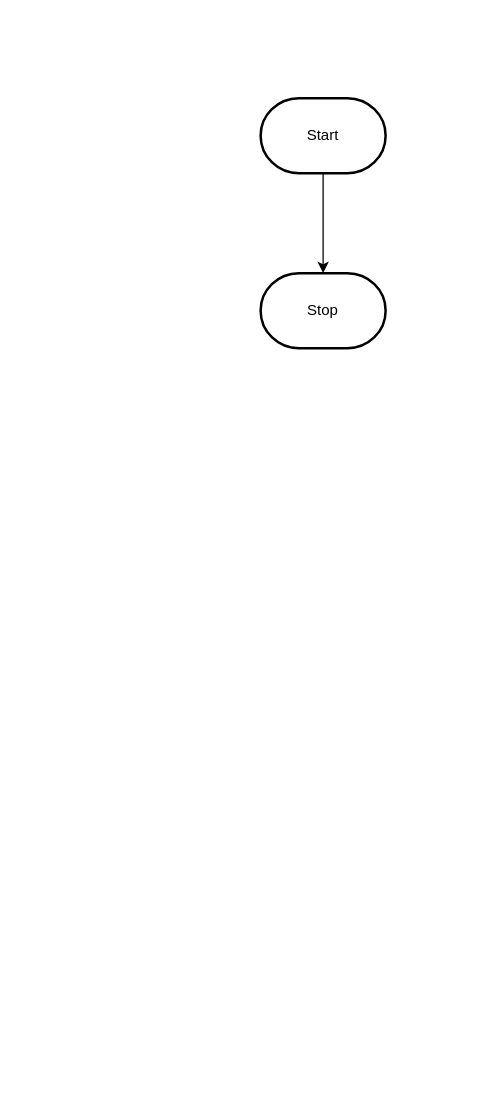
Before: design/flowchart.drawio in MTHS-ICD2O-1-2023/ICD2O-Unit-5-02-fetuha-gebremekeal, a draw.io diagram. Source tidied: cells renumbered, new cells numbered last; positions are measured from the earlier drawing's top-left corner, leaving out a move shared by most shapes. Both pictures are drawn from the tidied source at 125%, with x=0, y=0 at pixel (260, 98).
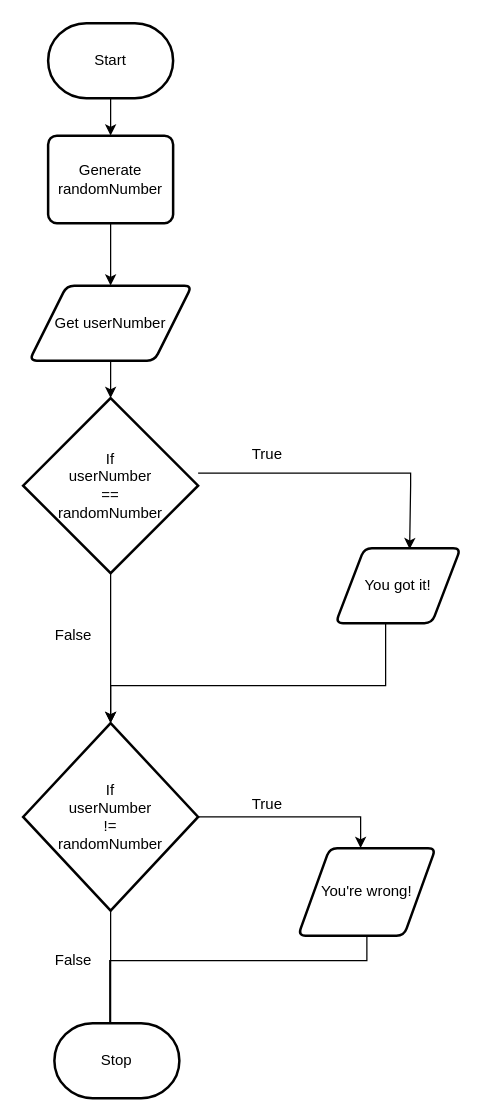
The same diagram, later.

Change to the diagram source:
```diff
@@
-    <mxCell id="2" style="edgeStyle=orthogonalEdgeStyle;html=1;rounded=0;" parent="1" edge="1" source="3" target="4">
-      <mxGeometry relative="1" as="geometry" />
-    </mxCell>
+    <mxCell id="5" style="edgeStyle=none;html=1;entryX=0.5;entryY=0;entryDx=0;entryDy=0;" parent="1" edge="1" source="3" target="7">
+      <mxGeometry relative="1" as="geometry" />
+    </mxCell>
     <mxCell id="3" value="Start" style="strokeWidth=2;html=1;shape=mxgraph.flowchart.terminator;whiteSpace=wrap;" parent="1" vertex="1">
-      <mxGeometry width="100" height="60" as="geometry" />
+      <mxGeometry x="-170" y="-60" width="100" height="60" as="geometry" />
     </mxCell>
+    <mxCell id="6" style="edgeStyle=none;html=1;" parent="1" edge="1" source="7" target="9">
+      <mxGeometry relative="1" as="geometry" />
+    </mxCell>
+    <mxCell id="7" value="Generate&lt;br&gt;randomNumber" style="rounded=1;whiteSpace=wrap;html=1;absoluteArcSize=1;arcSize=14;strokeWidth=2;" parent="1" vertex="1">
+      <mxGeometry x="-170" y="30" width="100" height="70" as="geometry" />
+    </mxCell>
+    <mxCell id="8" style="edgeStyle=none;html=1;entryX=0.5;entryY=0;entryDx=0;entryDy=0;entryPerimeter=0;" parent="1" edge="1" source="9" target="12">
+      <mxGeometry relative="1" as="geometry" />
+    </mxCell>
+    <mxCell id="9" value="Get userNumber" style="shape=parallelogram;html=1;strokeWidth=2;perimeter=parallelogramPerimeter;whiteSpace=wrap;rounded=1;arcSize=12;size=0.23;" parent="1" vertex="1">
+      <mxGeometry x="-185" y="150" width="130" height="60" as="geometry" />
+    </mxCell>
+    <mxCell id="10" style="edgeStyle=orthogonalEdgeStyle;shape=connector;rounded=1;html=1;entryX=0.5;entryY=0;entryDx=0;entryDy=0;entryPerimeter=0;labelBackgroundColor=default;strokeColor=default;fontFamily=Helvetica;fontSize=12;fontColor=default;endArrow=classic;" parent="1" edge="1" source="12" target="18">
+      <mxGeometry relative="1" as="geometry" />
+    </mxCell>
+    <mxCell id="11" style="edgeStyle=orthogonalEdgeStyle;shape=connector;rounded=0;html=1;labelBackgroundColor=default;strokeColor=default;fontFamily=Helvetica;fontSize=12;fontColor=default;endArrow=classic;entryX=0.592;entryY=0.014;entryDx=0;entryDy=0;entryPerimeter=0;" parent="1" edge="1" source="12" target="14">
+      <mxGeometry relative="1" as="geometry">
+        <Array as="points">
+          <mxPoint x="120" y="300" />
+          <mxPoint x="120" y="310" />
+          <mxPoint x="119" y="310" />
+        </Array>
+      </mxGeometry>
+    </mxCell>
+    <mxCell id="12" value="If&lt;br&gt;userNumber&lt;br&gt;==&lt;br&gt;randomNumber" style="strokeWidth=2;html=1;shape=mxgraph.flowchart.decision;whiteSpace=wrap;" parent="1" vertex="1">
+      <mxGeometry x="-190" y="240" width="140" height="140" as="geometry" />
+    </mxCell>
+    <mxCell id="13" style="edgeStyle=orthogonalEdgeStyle;shape=connector;rounded=0;html=1;entryX=0.5;entryY=0;entryDx=0;entryDy=0;entryPerimeter=0;labelBackgroundColor=default;strokeColor=default;fontFamily=Helvetica;fontSize=11;fontColor=default;endArrow=classic;" parent="1" edge="1" source="14" target="18">
+      <mxGeometry relative="1" as="geometry">
+        <Array as="points">
+          <mxPoint x="100" y="470" />
+          <mxPoint x="-120" y="470" />
+        </Array>
+      </mxGeometry>
+    </mxCell>
+    <mxCell id="14" value="You got it!" style="shape=parallelogram;html=1;strokeWidth=2;perimeter=parallelogramPerimeter;whiteSpace=wrap;rounded=1;arcSize=12;size=0.23;" parent="1" vertex="1">
+      <mxGeometry x="60" y="360" width="100" height="60" as="geometry" />
+    </mxCell>
+    <mxCell id="15" value="True" style="text;html=1;align=center;verticalAlign=middle;strokeColor=none;fillColor=none;" parent="1" vertex="1">
+      <mxGeometry x="-20" y="270" width="50" height="30" as="geometry" />
+    </mxCell>
+    <mxCell id="16" style="edgeStyle=orthogonalEdgeStyle;shape=connector;rounded=0;html=1;labelBackgroundColor=default;strokeColor=default;fontFamily=Helvetica;fontSize=12;fontColor=default;endArrow=classic;" parent="1" edge="1" source="18" target="21">
+      <mxGeometry relative="1" as="geometry">
+        <Array as="points">
+          <mxPoint x="80" y="575" />
+        </Array>
+      </mxGeometry>
+    </mxCell>
+    <mxCell id="17" style="edgeStyle=none;html=1;" parent="1" edge="1" source="18">
+      <mxGeometry relative="1" as="geometry">
+        <mxPoint x="-120" y="750" as="targetPoint" />
+      </mxGeometry>
+    </mxCell>
+    <mxCell id="18" value="If&lt;br&gt;userNumber&lt;br&gt;!=&lt;br&gt;randomNumber" style="strokeWidth=2;html=1;shape=mxgraph.flowchart.decision;whiteSpace=wrap;" parent="1" vertex="1">
+      <mxGeometry x="-190" y="500" width="140" height="150" as="geometry" />
+    </mxCell>
+    <mxCell id="19" value="False" style="text;html=1;align=center;verticalAlign=middle;strokeColor=none;fillColor=none;fontSize=12;fontFamily=Helvetica;fontColor=default;" parent="1" vertex="1">
+      <mxGeometry x="-175" y="415" width="50" height="30" as="geometry" />
+    </mxCell>
+    <mxCell id="20" style="edgeStyle=orthogonalEdgeStyle;shape=connector;rounded=0;html=1;entryX=0.343;entryY=-0.027;entryDx=0;entryDy=0;entryPerimeter=0;labelBackgroundColor=default;strokeColor=default;fontFamily=Helvetica;fontSize=11;fontColor=default;endArrow=classic;" parent="1" edge="1" source="21">
+      <mxGeometry relative="1" as="geometry">
+        <mxPoint x="-120.7" y="748.4" as="targetPoint" />
+        <Array as="points">
+          <mxPoint x="85" y="690" />
+          <mxPoint x="-121" y="690" />
+        </Array>
+      </mxGeometry>
+    </mxCell>
+    <mxCell id="21" value="You're wrong!" style="shape=parallelogram;html=1;strokeWidth=2;perimeter=parallelogramPerimeter;whiteSpace=wrap;rounded=1;arcSize=12;size=0.23;fontFamily=Helvetica;fontSize=12;fontColor=default;fillColor=none;gradientColor=none;" parent="1" vertex="1">
+      <mxGeometry x="30" y="600" width="110" height="70" as="geometry" />
+    </mxCell>
+    <mxCell id="22" value="True" style="text;html=1;align=center;verticalAlign=middle;strokeColor=none;fillColor=none;fontSize=12;fontFamily=Helvetica;fontColor=default;" parent="1" vertex="1">
+      <mxGeometry x="-20" y="550" width="50" height="30" as="geometry" />
+    </mxCell>
+    <mxCell id="23" value="False" style="text;html=1;align=center;verticalAlign=middle;strokeColor=none;fillColor=none;fontSize=12;fontFamily=Helvetica;fontColor=default;" parent="1" vertex="1">
+      <mxGeometry x="-175" y="675" width="50" height="30" as="geometry" />
+    </mxCell>
     <mxCell id="4" value="Stop" style="strokeWidth=2;html=1;shape=mxgraph.flowchart.terminator;whiteSpace=wrap;" parent="1" vertex="1">
-      <mxGeometry y="140" width="100" height="60" as="geometry" />
+      <mxGeometry x="-165" y="740" width="100" height="60" as="geometry" />
     </mxCell>
```
